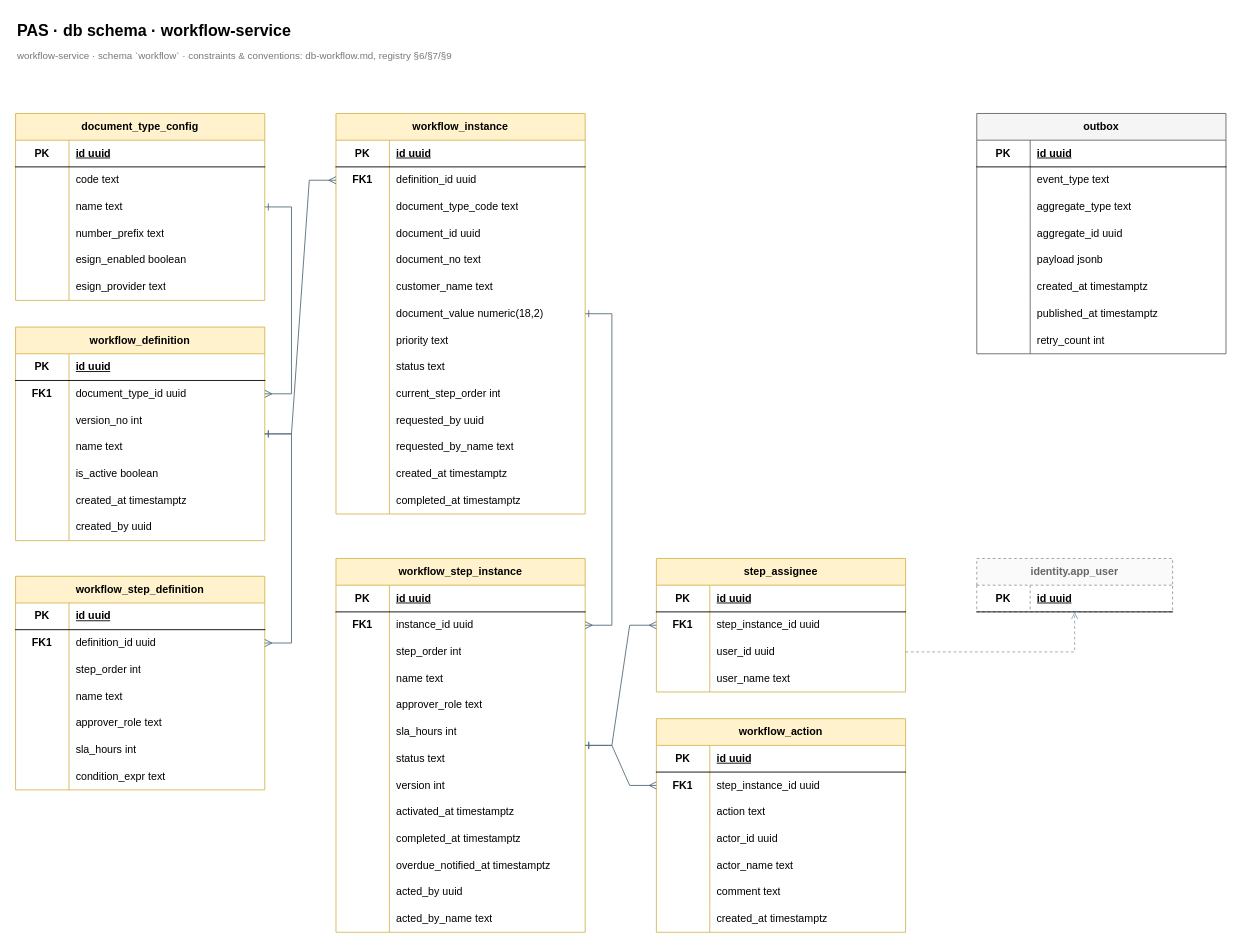
Before: docs/design/db/db-workflow.drawio in luinor223/pas, a draw.io diagram. Source tidied: cells renumbered, new cells numbered last; positions are measured from the earlier drawing's top-left corner, leaving out a move shared by most shapes. Both pictures are drawn from the tidied source at 89%, with x=0, y=0 at pixel (15, 15).
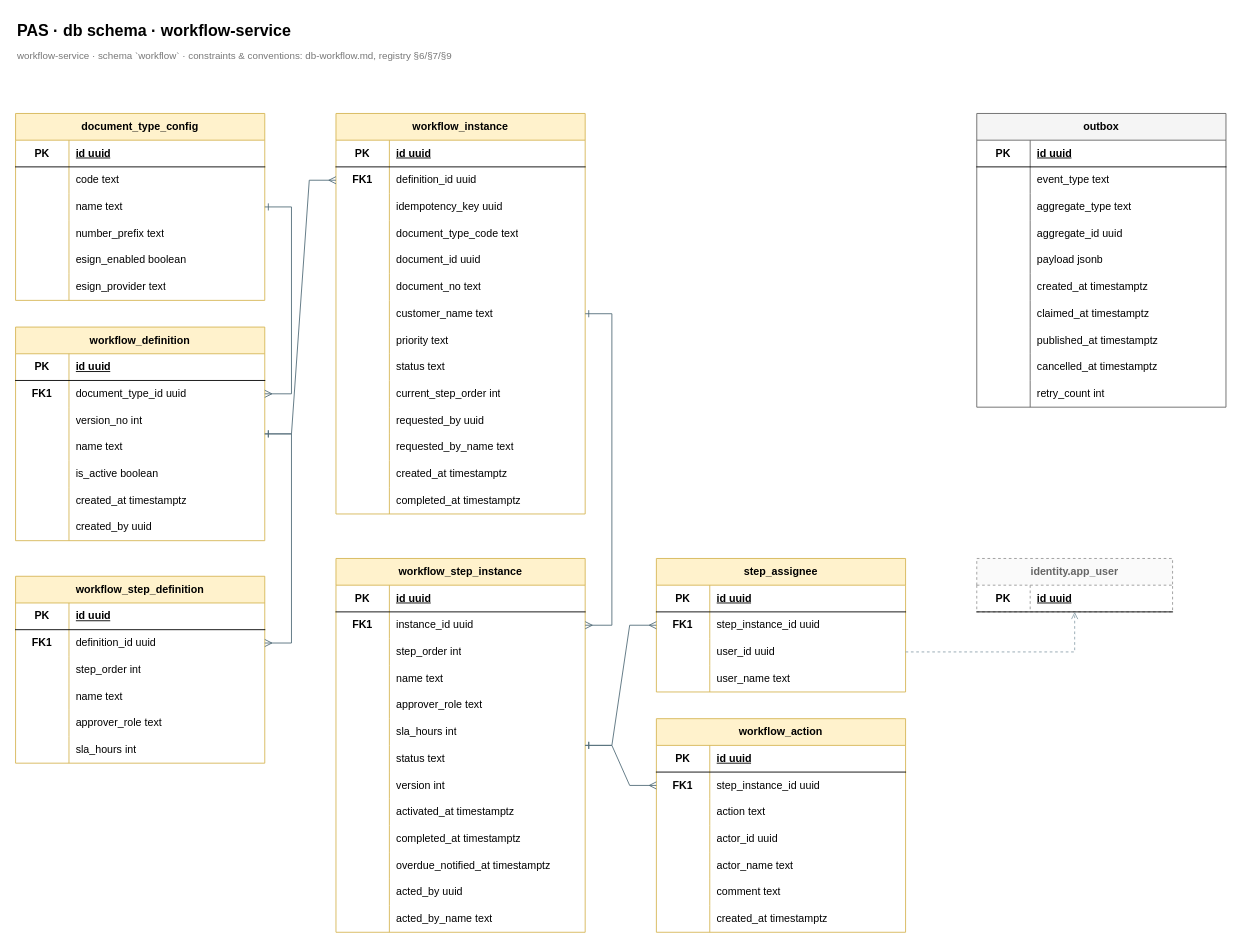
Above is the later version.

Unchanged cells that the change refers to:
```xml
<mxCell id="74" style="shape=tableRow;horizontal=0;startSize=0;swimlaneHead=0;swimlaneBody=0;fillColor=none;top=0;left=0;right=0;bottom=0;html=1;" parent="67" vertex="1">
  <mxGeometry y="90" width="280" height="30" as="geometry" />
</mxCell>
<mxCell id="77" style="shape=tableRow;horizontal=0;startSize=0;swimlaneHead=0;swimlaneBody=0;fillColor=none;top=0;left=0;right=0;bottom=0;html=1;" parent="67" vertex="1">
  <mxGeometry y="120" width="280" height="30" as="geometry" />
</mxCell>
<mxCell id="80" style="shape=tableRow;horizontal=0;startSize=0;swimlaneHead=0;swimlaneBody=0;fillColor=none;top=0;left=0;right=0;bottom=0;html=1;" parent="67" vertex="1">
  <mxGeometry y="150" width="280" height="30" as="geometry" />
</mxCell>
<mxCell id="83" style="shape=tableRow;horizontal=0;startSize=0;swimlaneHead=0;swimlaneBody=0;fillColor=none;top=0;left=0;right=0;bottom=0;html=1;" parent="67" vertex="1">
  <mxGeometry y="180" width="280" height="30" as="geometry" />
</mxCell>
<mxCell id="86" style="shape=tableRow;horizontal=0;startSize=0;swimlaneHead=0;swimlaneBody=0;fillColor=none;top=0;left=0;right=0;bottom=0;html=1;" parent="67" vertex="1">
  <mxGeometry y="210" width="280" height="30" as="geometry" />
</mxCell>
<mxCell id="204" style="shape=tableRow;horizontal=0;startSize=0;swimlaneHead=0;swimlaneBody=0;fillColor=none;top=0;left=0;right=0;bottom=0;html=1;" parent="185" vertex="1">
  <mxGeometry y="210" width="280" height="30" as="geometry" />
</mxCell>
<mxCell id="207" style="shape=tableRow;horizontal=0;startSize=0;swimlaneHead=0;swimlaneBody=0;fillColor=none;top=0;left=0;right=0;bottom=0;html=1;" parent="185" vertex="1">
  <mxGeometry y="240" width="280" height="30" as="geometry" />
</mxCell>
```

The edit, as a diff of the source:
```diff
@@
     <mxCell id="45" value="workflow_step_definition" style="shape=table;startSize=30;childLayout=tableLayout;rowLines=0;fontStyle=1;align=center;html=1;whiteSpace=wrap;fillColor=#fff2cc;strokeColor=#d6b656;" parent="1" vertex="1">
-      <mxGeometry y="630" width="280" height="240" as="geometry" />
+      <mxGeometry y="630" width="280" height="210" as="geometry" />
     </mxCell>
@@
-    <mxCell id="64" style="shape=tableRow;horizontal=0;startSize=0;swimlaneHead=0;swimlaneBody=0;fillColor=none;top=0;left=0;right=0;bottom=0;html=1;" parent="45" vertex="1">
-      <mxGeometry y="210" width="280" height="30" as="geometry" />
-    </mxCell>
-    <mxCell id="65" style="shape=partialRectangle;fillColor=none;top=0;left=0;bottom=0;right=0;fontStyle=1;overflow=hidden;whiteSpace=wrap;html=1;" parent="64" vertex="1">
-      <mxGeometry width="60" height="30" as="geometry" />
-    </mxCell>
-    <mxCell id="66" value="condition_expr text" style="shape=partialRectangle;fillColor=none;top=0;left=0;bottom=0;right=0;align=left;spacingLeft=6;overflow=hidden;whiteSpace=wrap;html=1;" parent="64" vertex="1">
-      <mxGeometry x="60" width="220" height="30" as="geometry" />
-    </mxCell>
@@
-    <mxCell id="76" value="document_type_code text" style="shape=partialRectangle;fillColor=none;top=0;left=0;bottom=0;right=0;align=left;spacingLeft=6;overflow=hidden;whiteSpace=wrap;html=1;" parent="74" vertex="1">
+    <mxCell id="76" value="idempotency_key uuid" style="shape=partialRectangle;fillColor=none;top=0;left=0;bottom=0;right=0;align=left;spacingLeft=6;overflow=hidden;whiteSpace=wrap;html=1;" parent="74" vertex="1">
       <mxGeometry x="60" width="220" height="30" as="geometry" />
     </mxCell>
@@
-    <mxCell id="79" value="document_id uuid" style="shape=partialRectangle;fillColor=none;top=0;left=0;bottom=0;right=0;align=left;spacingLeft=6;overflow=hidden;whiteSpace=wrap;html=1;" parent="77" vertex="1">
+    <mxCell id="79" value="document_type_code text" style="shape=partialRectangle;fillColor=none;top=0;left=0;bottom=0;right=0;align=left;spacingLeft=6;overflow=hidden;whiteSpace=wrap;html=1;" parent="77" vertex="1">
       <mxGeometry x="60" width="220" height="30" as="geometry" />
     </mxCell>
@@
-    <mxCell id="82" value="document_no text" style="shape=partialRectangle;fillColor=none;top=0;left=0;bottom=0;right=0;align=left;spacingLeft=6;overflow=hidden;whiteSpace=wrap;html=1;" parent="80" vertex="1">
+    <mxCell id="82" value="document_id uuid" style="shape=partialRectangle;fillColor=none;top=0;left=0;bottom=0;right=0;align=left;spacingLeft=6;overflow=hidden;whiteSpace=wrap;html=1;" parent="80" vertex="1">
       <mxGeometry x="60" width="220" height="30" as="geometry" />
     </mxCell>
@@
-    <mxCell id="85" value="customer_name text" style="shape=partialRectangle;fillColor=none;top=0;left=0;bottom=0;right=0;align=left;spacingLeft=6;overflow=hidden;whiteSpace=wrap;html=1;" parent="83" vertex="1">
+    <mxCell id="85" value="document_no text" style="shape=partialRectangle;fillColor=none;top=0;left=0;bottom=0;right=0;align=left;spacingLeft=6;overflow=hidden;whiteSpace=wrap;html=1;" parent="83" vertex="1">
       <mxGeometry x="60" width="220" height="30" as="geometry" />
     </mxCell>
@@
-    <mxCell id="88" value="document_value numeric(18,2)" style="shape=partialRectangle;fillColor=none;top=0;left=0;bottom=0;right=0;align=left;spacingLeft=6;overflow=hidden;whiteSpace=wrap;html=1;" parent="86" vertex="1">
+    <mxCell id="88" value="customer_name text" style="shape=partialRectangle;fillColor=none;top=0;left=0;bottom=0;right=0;align=left;spacingLeft=6;overflow=hidden;whiteSpace=wrap;html=1;" parent="86" vertex="1">
       <mxGeometry x="60" width="220" height="30" as="geometry" />
     </mxCell>
@@
     <mxCell id="185" value="outbox" style="shape=table;startSize=30;childLayout=tableLayout;rowLines=0;fontStyle=1;align=center;html=1;whiteSpace=wrap;fillColor=#f5f5f5;strokeColor=#666666;" parent="1" vertex="1">
-      <mxGeometry x="1080" y="110" width="280" height="270" as="geometry" />
+      <mxGeometry x="1080" y="110" width="280" height="330" as="geometry" />
     </mxCell>
@@
-    <mxCell id="206" value="published_at timestamptz" style="shape=partialRectangle;fillColor=none;top=0;left=0;bottom=0;right=0;align=left;spacingLeft=6;overflow=hidden;whiteSpace=wrap;html=1;" parent="204" vertex="1">
+    <mxCell id="206" value="claimed_at timestamptz" style="shape=partialRectangle;fillColor=none;top=0;left=0;bottom=0;right=0;align=left;spacingLeft=6;overflow=hidden;whiteSpace=wrap;html=1;" parent="204" vertex="1">
       <mxGeometry x="60" width="220" height="30" as="geometry" />
     </mxCell>
@@
-    <mxCell id="209" value="retry_count int" style="shape=partialRectangle;fillColor=none;top=0;left=0;bottom=0;right=0;align=left;spacingLeft=6;overflow=hidden;whiteSpace=wrap;html=1;" parent="207" vertex="1">
+    <mxCell id="209" value="published_at timestamptz" style="shape=partialRectangle;fillColor=none;top=0;left=0;bottom=0;right=0;align=left;spacingLeft=6;overflow=hidden;whiteSpace=wrap;html=1;" parent="207" vertex="1">
       <mxGeometry x="60" width="220" height="30" as="geometry" />
     </mxCell>
+    <mxCell id="221" style="shape=tableRow;horizontal=0;startSize=0;swimlaneHead=0;swimlaneBody=0;fillColor=none;top=0;left=0;right=0;bottom=0;html=1;" parent="185" vertex="1">
+      <mxGeometry y="270" width="280" height="30" as="geometry" />
+    </mxCell>
+    <mxCell id="222" style="shape=partialRectangle;fillColor=none;top=0;left=0;bottom=0;right=0;fontStyle=1;overflow=hidden;whiteSpace=wrap;html=1;" parent="221" vertex="1">
+      <mxGeometry width="60" height="30" as="geometry" />
+    </mxCell>
+    <mxCell id="223" value="cancelled_at timestamptz" style="shape=partialRectangle;fillColor=none;top=0;left=0;bottom=0;right=0;align=left;spacingLeft=6;overflow=hidden;whiteSpace=wrap;html=1;" parent="221" vertex="1">
+      <mxGeometry x="60" width="220" height="30" as="geometry" />
+    </mxCell>
+    <mxCell id="224" style="shape=tableRow;horizontal=0;startSize=0;swimlaneHead=0;swimlaneBody=0;fillColor=none;top=0;left=0;right=0;bottom=0;html=1;" parent="185" vertex="1">
+      <mxGeometry y="300" width="280" height="30" as="geometry" />
+    </mxCell>
+    <mxCell id="225" style="shape=partialRectangle;fillColor=none;top=0;left=0;bottom=0;right=0;fontStyle=1;overflow=hidden;whiteSpace=wrap;html=1;" parent="224" vertex="1">
+      <mxGeometry width="60" height="30" as="geometry" />
+    </mxCell>
+    <mxCell id="226" value="retry_count int" style="shape=partialRectangle;fillColor=none;top=0;left=0;bottom=0;right=0;align=left;spacingLeft=6;overflow=hidden;whiteSpace=wrap;html=1;" parent="224" vertex="1">
+      <mxGeometry x="60" width="220" height="30" as="geometry" />
+    </mxCell>
```
